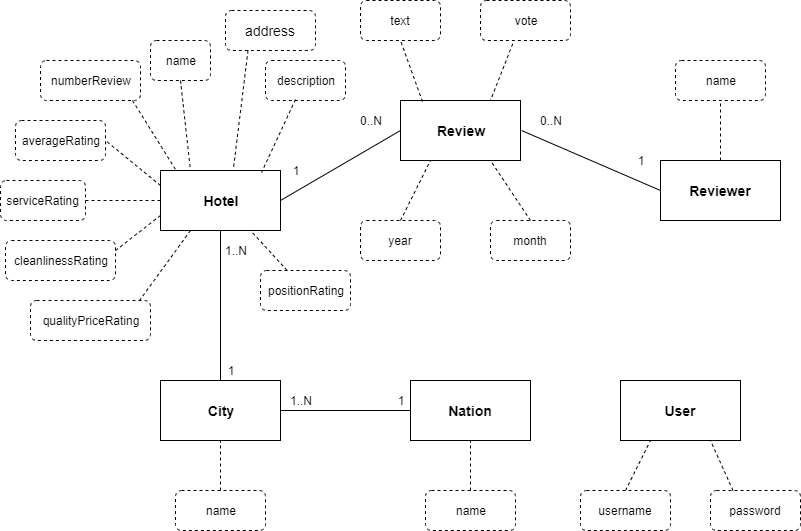
Earlier version of the draw.io export img/UML_Analysis_Classes.png (MatteoDJon/Task2LSMDB). Source tidied: cells renumbered, new cells last; positions are measured from the earlier drawing's top-left corner, leaving out a move shared by most shapes.
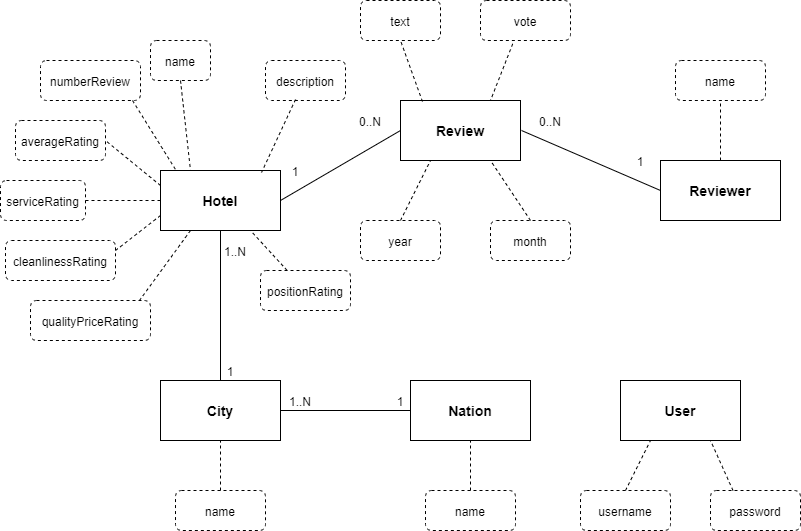
The same file after the commit.

Diff of the diagram source:
```diff
@@ -160,11 +160,5 @@
     <mxCell id="53" style="endArrow=none;dashed=1;html=1;entryX=0.75;entryY=1;entryDx=0;entryDy=0;exitX=0.25;exitY=0;exitDx=0;exitDy=0;" parent="1" edge="1" source="51" target="49">
       <mxGeometry relative="1" as="geometry" />
     </mxCell>
-    <mxCell id="54" value="address" style="rounded=1;whiteSpace=wrap;html=1;dashed=1;strokeWidth=1;fontSize=14;" parent="1" vertex="1">
-      <mxGeometry x="225" y="10" width="90" height="40" as="geometry" />
-    </mxCell>
-    <mxCell id="55" style="endArrow=none;dashed=1;html=1;fontSize=14;entryX=0.608;entryY=-0.033;entryDx=0;entryDy=0;entryPerimeter=0;exitX=0.25;exitY=1;exitDx=0;exitDy=0;" parent="1" edge="1" source="54" target="2">
-      <mxGeometry relative="1" as="geometry" />
-    </mxCell>
   </root>
 </mxGraphModel>
```
